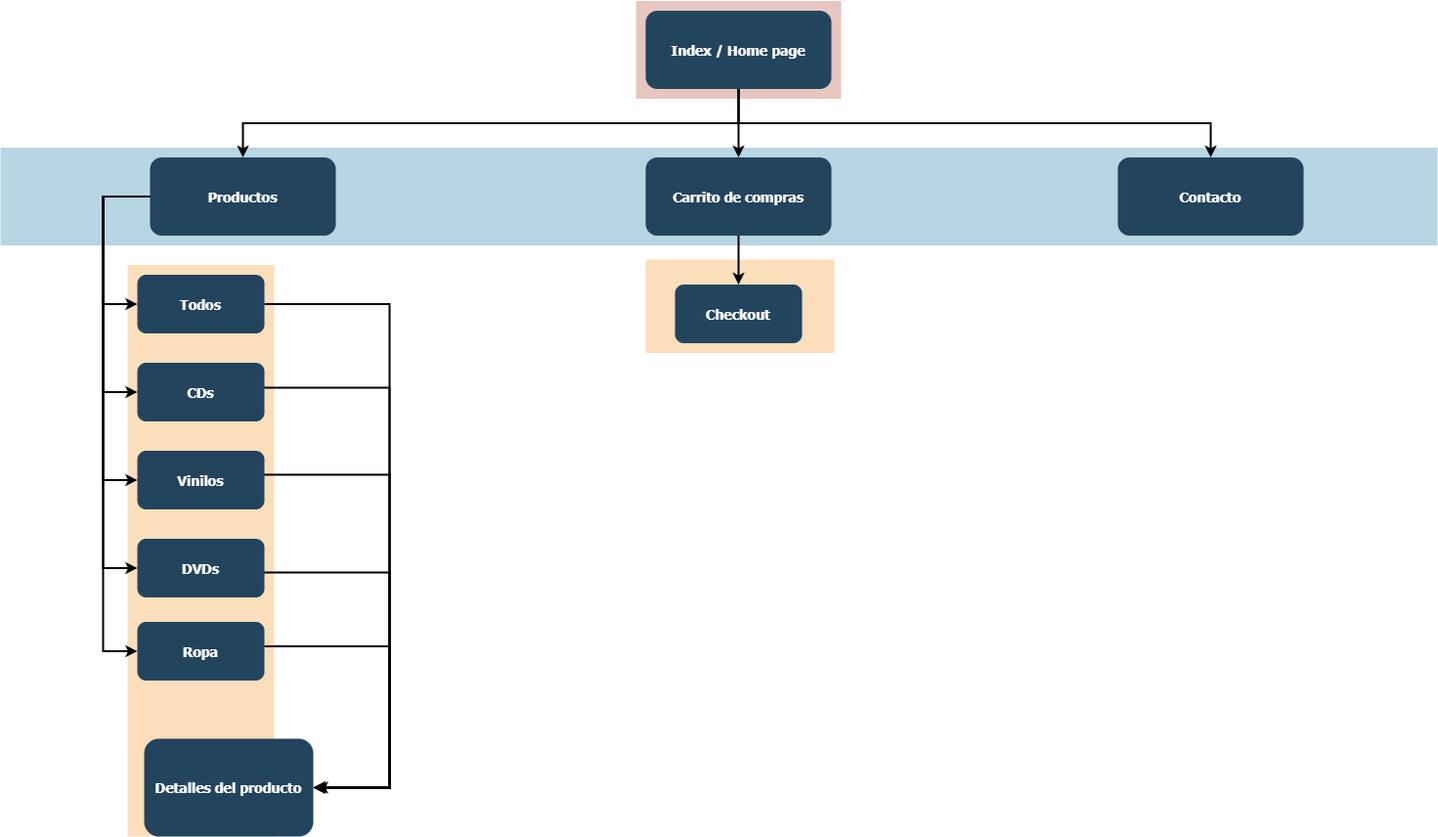
Above: sitemap-ecos.png in smoran24/EcosRockeria (draw.io), before the change. Source tidied: cells renumbered, new cells last; positions are measured from the earlier drawing's top-left corner, leaving out a move shared by most shapes. Source of this version:
```xml
<mxGraphModel>
  <root>
    <mxCell id="0" />
    <mxCell id="1" parent="0" />
    <mxCell id="2" style="fillColor=#AE4132;strokeColor=none;opacity=30;" parent="1" vertex="1">
      <mxGeometry x="650" y="-0.5" width="210" height="100" as="geometry" />
    </mxCell>
    <mxCell id="3" style="fillColor=#10739E;strokeColor=none;opacity=30;" parent="1" vertex="1">
      <mxGeometry y="149.5" width="1470" height="100" as="geometry" />
    </mxCell>
    <mxCell id="4" style="fillColor=#F2931E;strokeColor=none;opacity=30;" parent="1" vertex="1">
      <mxGeometry x="660" y="264" width="193" height="95.5" as="geometry" />
    </mxCell>
    <mxCell id="5" style="fillColor=#F2931E;strokeColor=none;opacity=30;" parent="1" vertex="1">
      <mxGeometry x="130" y="269.5" width="150" height="584.5" as="geometry" />
    </mxCell>
    <mxCell id="6" value="Index / Home page" style="rounded=1;fillColor=#23445D;gradientColor=none;strokeColor=none;fontColor=#FFFFFF;fontStyle=1;fontFamily=Tahoma;fontSize=14;" parent="1" vertex="1">
      <mxGeometry x="660" y="9.5" width="190" height="80" as="geometry" />
    </mxCell>
    <mxCell id="7" style="edgeStyle=elbowEdgeStyle;elbow=vertical;strokeWidth=2;rounded=0;" parent="1" edge="1" source="6" target="8">
      <mxGeometry x="337" y="215.5" as="geometry" />
    </mxCell>
    <mxCell id="8" value="Contacto" style="rounded=1;fillColor=#23445D;gradientColor=none;strokeColor=none;fontColor=#FFFFFF;fontStyle=1;fontFamily=Tahoma;fontSize=14;" parent="1" vertex="1">
      <mxGeometry x="1143" y="159.5" width="190" height="80" as="geometry" />
    </mxCell>
    <mxCell id="9" value="Carrito de compras" style="rounded=1;fillColor=#23445D;gradientColor=none;strokeColor=none;fontColor=#FFFFFF;fontStyle=1;fontFamily=Tahoma;fontSize=14;" parent="1" vertex="1">
      <mxGeometry x="660" y="159.5" width="190" height="80" as="geometry" />
    </mxCell>
    <mxCell id="10" value="Productos" style="rounded=1;fillColor=#23445D;gradientColor=none;strokeColor=none;fontColor=#FFFFFF;fontStyle=1;fontFamily=Tahoma;fontSize=14;" parent="1" vertex="1">
      <mxGeometry x="153" y="159.5" width="190" height="80" as="geometry" />
    </mxCell>
    <mxCell id="11" value="Todos" style="rounded=1;fillColor=#23445D;gradientColor=none;strokeColor=none;fontColor=#FFFFFF;fontStyle=1;fontFamily=Tahoma;fontSize=14;" parent="1" vertex="1">
      <mxGeometry x="140" y="279.5" width="130" height="60" as="geometry" />
    </mxCell>
    <mxCell id="12" value="CDs" style="rounded=1;fillColor=#23445D;gradientColor=none;strokeColor=none;fontColor=#FFFFFF;fontStyle=1;fontFamily=Tahoma;fontSize=14;" parent="1" vertex="1">
      <mxGeometry x="140" y="369.5" width="130" height="60" as="geometry" />
    </mxCell>
    <mxCell id="13" value="Vinilos" style="rounded=1;fillColor=#23445D;gradientColor=none;strokeColor=none;fontColor=#FFFFFF;fontStyle=1;fontFamily=Tahoma;fontSize=14;" parent="1" vertex="1">
      <mxGeometry x="140" y="459.5" width="130" height="60" as="geometry" />
    </mxCell>
    <mxCell id="14" value="DVDs" style="rounded=1;fillColor=#23445D;gradientColor=none;strokeColor=none;fontColor=#FFFFFF;fontStyle=1;fontFamily=Tahoma;fontSize=14;" parent="1" vertex="1">
      <mxGeometry x="140" y="549.5" width="130" height="60" as="geometry" />
    </mxCell>
    <mxCell id="15" value="Ropa" style="rounded=1;fillColor=#23445D;gradientColor=none;strokeColor=none;fontColor=#FFFFFF;fontStyle=1;fontFamily=Tahoma;fontSize=14;" parent="1" vertex="1">
      <mxGeometry x="140" y="634.5" width="130" height="60" as="geometry" />
    </mxCell>
    <mxCell id="16" value="Checkout" style="rounded=1;fillColor=#23445D;gradientColor=none;strokeColor=none;fontColor=#FFFFFF;fontStyle=1;fontFamily=Tahoma;fontSize=14;" parent="1" vertex="1">
      <mxGeometry x="690" y="289.5" width="130" height="60" as="geometry" />
    </mxCell>
    <mxCell id="17" style="edgeStyle=elbowEdgeStyle;elbow=vertical;strokeWidth=2;rounded=0;" parent="1" edge="1" source="6" target="9">
      <mxGeometry x="347" y="225.5" as="geometry" />
    </mxCell>
    <mxCell id="18" style="edgeStyle=elbowEdgeStyle;elbow=vertical;strokeWidth=2;rounded=0;" parent="1" edge="1" source="6" target="10">
      <mxGeometry x="-23" y="135.5" as="geometry" />
    </mxCell>
    <mxCell id="19" style="edgeStyle=elbowEdgeStyle;elbow=horizontal;strokeWidth=2;rounded=0;" parent="1" edge="1" source="10" target="11">
      <mxGeometry x="-23" y="135.5" as="geometry">
        <Array as="points">
          <mxPoint x="105" y="259.5" />
        </Array>
      </mxGeometry>
    </mxCell>
    <mxCell id="20" style="edgeStyle=elbowEdgeStyle;elbow=horizontal;strokeWidth=2;rounded=0;" parent="1" edge="1" source="10" target="12">
      <mxGeometry x="-23" y="135.5" as="geometry">
        <Array as="points">
          <mxPoint x="105" y="299.5" />
        </Array>
      </mxGeometry>
    </mxCell>
    <mxCell id="21" style="edgeStyle=elbowEdgeStyle;elbow=horizontal;strokeWidth=2;rounded=0;" parent="1" edge="1" source="10" target="13">
      <mxGeometry x="-23" y="135.5" as="geometry">
        <Array as="points">
          <mxPoint x="105" y="349.5" />
        </Array>
      </mxGeometry>
    </mxCell>
    <mxCell id="22" style="edgeStyle=elbowEdgeStyle;elbow=horizontal;strokeWidth=2;rounded=0;" parent="1" edge="1" source="10" target="14">
      <mxGeometry x="-23" y="135.5" as="geometry">
        <Array as="points">
          <mxPoint x="105" y="399.5" />
        </Array>
      </mxGeometry>
    </mxCell>
    <mxCell id="23" style="edgeStyle=elbowEdgeStyle;elbow=horizontal;strokeWidth=2;rounded=0;" parent="1" edge="1" source="10" target="15">
      <mxGeometry x="-23" y="135.5" as="geometry">
        <Array as="points">
          <mxPoint x="105" y="439.5" />
        </Array>
      </mxGeometry>
    </mxCell>
    <mxCell id="24" style="edgeStyle=elbowEdgeStyle;elbow=vertical;strokeWidth=2;rounded=0;" parent="1" edge="1" source="9" target="16">
      <mxGeometry x="-23" y="135.5" as="geometry" />
    </mxCell>
    <mxCell id="25" value="Detalles del producto" style="rounded=1;fillColor=#23445D;gradientColor=none;strokeColor=none;fontColor=#FFFFFF;fontStyle=1;fontFamily=Tahoma;fontSize=14;" parent="1" vertex="1">
      <mxGeometry x="147" y="754" width="173" height="100" as="geometry" />
    </mxCell>
    <mxCell id="26" style="edgeStyle=elbowEdgeStyle;elbow=horizontal;strokeWidth=2;rounded=0;entryX=1;entryY=0.5;entryDx=0;entryDy=0;exitX=1;exitY=0.5;exitDx=0;exitDy=0;" parent="1" edge="1" source="11" target="25">
      <mxGeometry x="80" y="245" as="geometry">
        <Array as="points">
          <mxPoint x="398" y="554" />
        </Array>
      </mxGeometry>
    </mxCell>
    <mxCell id="27" style="edgeStyle=elbowEdgeStyle;elbow=horizontal;strokeWidth=2;rounded=0;entryX=1;entryY=0.5;entryDx=0;entryDy=0;exitX=1;exitY=0.5;exitDx=0;exitDy=0;" parent="1" edge="1" target="25">
      <mxGeometry x="80" y="330.5" as="geometry">
        <mxPoint x="270" y="395" as="sourcePoint" />
        <Array as="points">
          <mxPoint x="398" y="639.5" />
        </Array>
      </mxGeometry>
    </mxCell>
    <mxCell id="28" style="edgeStyle=elbowEdgeStyle;elbow=horizontal;strokeWidth=2;rounded=0;entryX=1;entryY=0.5;entryDx=0;entryDy=0;exitX=1;exitY=0.5;exitDx=0;exitDy=0;" parent="1" edge="1" target="25">
      <mxGeometry x="80" y="419.5" as="geometry">
        <mxPoint x="270" y="484" as="sourcePoint" />
        <Array as="points">
          <mxPoint x="398" y="728.5" />
        </Array>
      </mxGeometry>
    </mxCell>
    <mxCell id="29" style="edgeStyle=elbowEdgeStyle;elbow=horizontal;strokeWidth=2;rounded=0;exitX=1;exitY=0.5;exitDx=0;exitDy=0;entryX=1;entryY=0.5;entryDx=0;entryDy=0;" parent="1" edge="1" target="25">
      <mxGeometry x="80" y="519.5" as="geometry">
        <mxPoint x="270" y="584" as="sourcePoint" />
        <Array as="points">
          <mxPoint x="398" y="828.5" />
        </Array>
      </mxGeometry>
    </mxCell>
    <mxCell id="30" style="edgeStyle=elbowEdgeStyle;elbow=horizontal;strokeWidth=2;rounded=0;exitX=1;exitY=0.5;exitDx=0;exitDy=0;" parent="1" edge="1">
      <mxGeometry x="80" y="595" as="geometry">
        <mxPoint x="270" y="659.5" as="sourcePoint" />
        <mxPoint x="323" y="804" as="targetPoint" />
        <Array as="points">
          <mxPoint x="398" y="904" />
        </Array>
      </mxGeometry>
    </mxCell>
  </root>
</mxGraphModel>
```
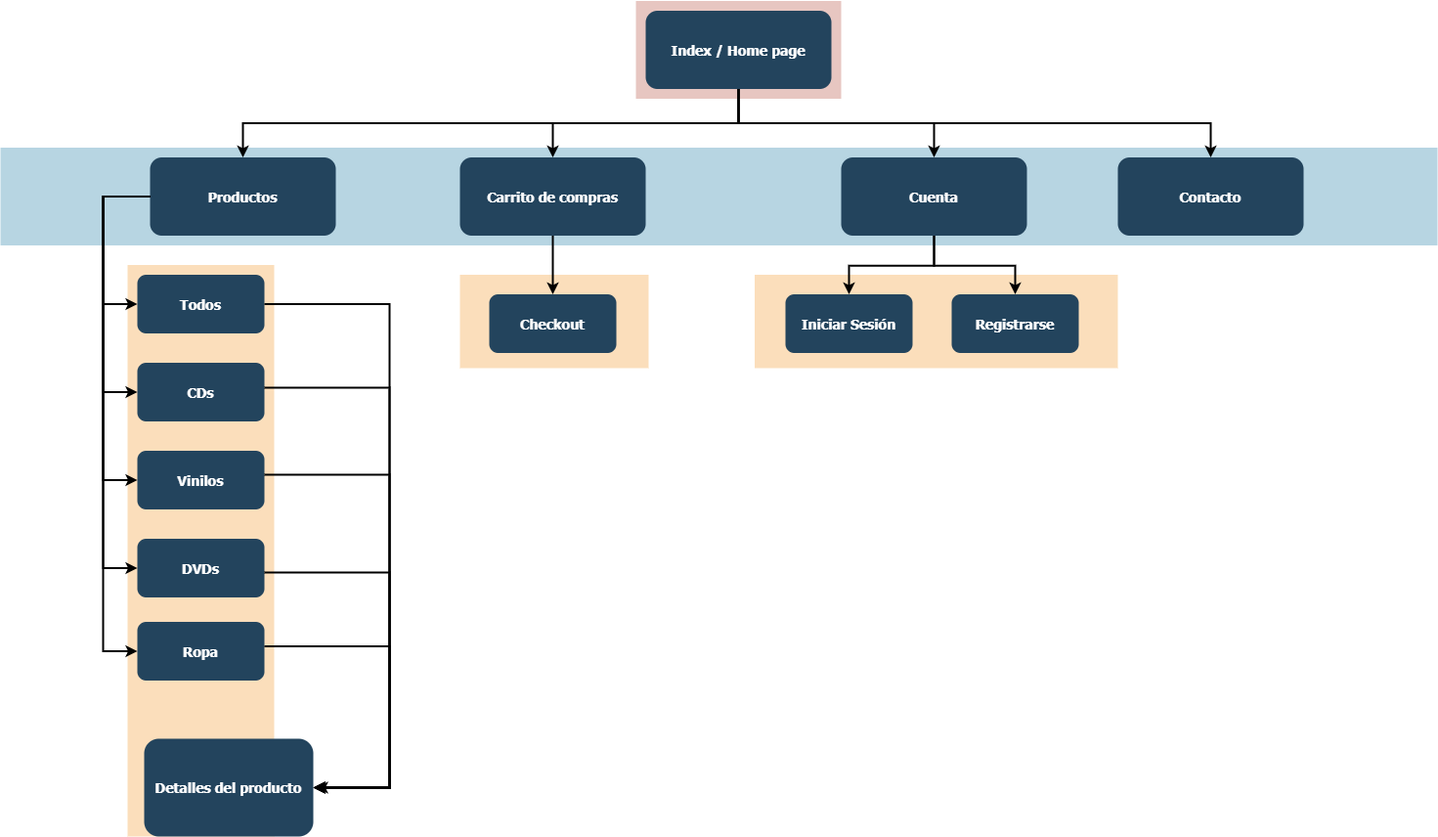
After the change.

Commit message:
actualizo sitemap

Change to the diagram source:
```diff
@@ -2,6 +2,9 @@
   <root>
     <mxCell id="0" />
     <mxCell id="1" parent="0" />
+    <mxCell id="31" style="fillColor=#F2931E;strokeColor=none;opacity=30;" parent="1" vertex="1">
+      <mxGeometry x="771.5" y="279.5" width="371.5" height="95.5" as="geometry" />
+    </mxCell>
     <mxCell id="2" style="fillColor=#AE4132;strokeColor=none;opacity=30;" parent="1" vertex="1">
       <mxGeometry x="650" y="-0.5" width="210" height="100" as="geometry" />
     </mxCell>
@@ -9,7 +12,7 @@
       <mxGeometry y="149.5" width="1470" height="100" as="geometry" />
     </mxCell>
     <mxCell id="4" style="fillColor=#F2931E;strokeColor=none;opacity=30;" parent="1" vertex="1">
-      <mxGeometry x="660" y="264" width="193" height="95.5" as="geometry" />
+      <mxGeometry x="470" y="279.5" width="193" height="95.5" as="geometry" />
     </mxCell>
     <mxCell id="5" style="fillColor=#F2931E;strokeColor=none;opacity=30;" parent="1" vertex="1">
       <mxGeometry x="130" y="269.5" width="150" height="584.5" as="geometry" />
@@ -24,7 +27,7 @@
       <mxGeometry x="1143" y="159.5" width="190" height="80" as="geometry" />
     </mxCell>
     <mxCell id="9" value="Carrito de compras" style="rounded=1;fillColor=#23445D;gradientColor=none;strokeColor=none;fontColor=#FFFFFF;fontStyle=1;fontFamily=Tahoma;fontSize=14;" parent="1" vertex="1">
-      <mxGeometry x="660" y="159.5" width="190" height="80" as="geometry" />
+      <mxGeometry x="470" y="159.5" width="190" height="80" as="geometry" />
     </mxCell>
     <mxCell id="10" value="Productos" style="rounded=1;fillColor=#23445D;gradientColor=none;strokeColor=none;fontColor=#FFFFFF;fontStyle=1;fontFamily=Tahoma;fontSize=14;" parent="1" vertex="1">
       <mxGeometry x="153" y="159.5" width="190" height="80" as="geometry" />
@@ -45,7 +48,7 @@
       <mxGeometry x="140" y="634.5" width="130" height="60" as="geometry" />
     </mxCell>
     <mxCell id="16" value="Checkout" style="rounded=1;fillColor=#23445D;gradientColor=none;strokeColor=none;fontColor=#FFFFFF;fontStyle=1;fontFamily=Tahoma;fontSize=14;" parent="1" vertex="1">
-      <mxGeometry x="690" y="289.5" width="130" height="60" as="geometry" />
+      <mxGeometry x="500" y="299.5" width="130" height="60" as="geometry" />
     </mxCell>
     <mxCell id="17" style="edgeStyle=elbowEdgeStyle;elbow=vertical;strokeWidth=2;rounded=0;" parent="1" edge="1" source="6" target="9">
       <mxGeometry x="347" y="225.5" as="geometry" />
@@ -134,5 +137,23 @@
         </Array>
       </mxGeometry>
     </mxCell>
+    <mxCell id="32" value="Cuenta" style="rounded=1;fillColor=#23445D;gradientColor=none;strokeColor=none;fontColor=#FFFFFF;fontStyle=1;fontFamily=Tahoma;fontSize=14;" parent="1" vertex="1">
+      <mxGeometry x="860" y="159.5" width="190" height="80" as="geometry" />
+    </mxCell>
+    <mxCell id="33" style="edgeStyle=elbowEdgeStyle;elbow=vertical;strokeWidth=2;rounded=0;exitX=0.5;exitY=1;exitDx=0;exitDy=0;" parent="1" edge="1" source="6" target="32">
+      <mxGeometry x="357" y="235.5" as="geometry" />
+    </mxCell>
+    <mxCell id="34" value="Iniciar Sesión" style="rounded=1;fillColor=#23445D;gradientColor=none;strokeColor=none;fontColor=#FFFFFF;fontStyle=1;fontFamily=Tahoma;fontSize=14;" parent="1" vertex="1">
+      <mxGeometry x="803" y="299.5" width="130" height="60" as="geometry" />
+    </mxCell>
+    <mxCell id="35" style="edgeStyle=elbowEdgeStyle;elbow=vertical;strokeWidth=2;rounded=0;" parent="1" edge="1" source="32" target="34">
+      <mxGeometry x="366.5" y="130" as="geometry" />
+    </mxCell>
+    <mxCell id="36" value="Registrarse" style="rounded=1;fillColor=#23445D;gradientColor=none;strokeColor=none;fontColor=#FFFFFF;fontStyle=1;fontFamily=Tahoma;fontSize=14;" parent="1" vertex="1">
+      <mxGeometry x="973" y="299.5" width="130" height="60" as="geometry" />
+    </mxCell>
+    <mxCell id="37" style="edgeStyle=elbowEdgeStyle;elbow=vertical;strokeWidth=2;rounded=0;entryX=0.5;entryY=0;entryDx=0;entryDy=0;" parent="1" edge="1" source="32" target="36">
+      <mxGeometry x="376.5" y="140" as="geometry" />
+    </mxCell>
   </root>
 </mxGraphModel>
```
